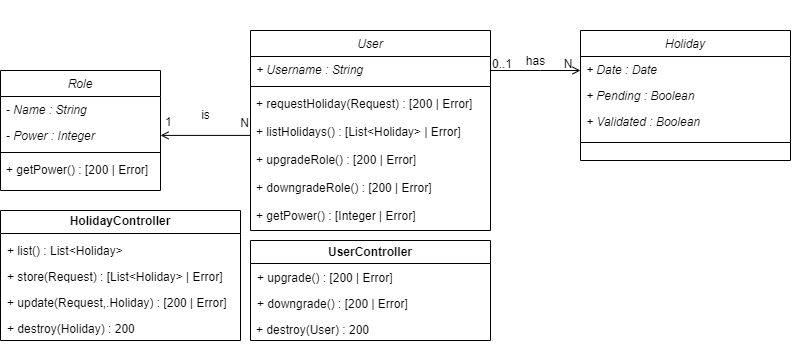
This is docs/UML diagram.drawio.png from OrxataGuy/HolidayLaravelAngular, a draw.io export, as it was before one commit. Source tidied: cells renumbered, new cells last; positions are measured from the earlier drawing's top-left corner, leaving out a move shared by most shapes. Source of this version:
```xml
<mxGraphModel>
  <root>
    <mxCell id="0" />
    <mxCell id="1" parent="0" />
    <mxCell id="2" style="edgeStyle=elbowEdgeStyle;rounded=0;jettySize=auto;html=1;entryX=1;entryY=0.5;entryDx=0;entryDy=0;elbow=vertical;endArrow=open;endFill=0;" parent="1" edge="1" source="3" target="22">
      <mxGeometry relative="1" as="geometry" />
    </mxCell>
    <mxCell id="3" value="User" style="swimlane;fontStyle=2;align=center;verticalAlign=top;horizontal=1;startSize=26;rounded=0;shadow=0;strokeWidth=1;" parent="1" vertex="1">
      <mxGeometry x="250" y="30" width="240" height="200" as="geometry" />
    </mxCell>
    <mxCell id="4" value="+ Username : String" style="text;align=left;verticalAlign=top;spacingLeft=4;spacingRight=4;overflow=hidden;fontStyle=2;" parent="3" vertex="1">
      <mxGeometry y="26" width="240" height="26" as="geometry" />
    </mxCell>
    <mxCell id="5" style="line;html=1;strokeWidth=1;align=left;verticalAlign=middle;spacingTop=-1;spacingLeft=3;spacingRight=3;labelPosition=right;" parent="3" vertex="1">
      <mxGeometry y="52" width="240" height="8" as="geometry" />
    </mxCell>
    <mxCell id="6" value="+ requestHoliday(Request) : [200 | Error]" style="text;align=left;verticalAlign=top;spacingLeft=4;spacingRight=4;overflow=hidden;" parent="3" vertex="1">
      <mxGeometry y="60" width="240" height="28" as="geometry" />
    </mxCell>
    <mxCell id="7" value="+ listHolidays() : [List&lt;Holiday&gt; | Error]" style="text;align=left;verticalAlign=top;spacingLeft=4;spacingRight=4;overflow=hidden;" parent="3" vertex="1">
      <mxGeometry y="88" width="240" height="28" as="geometry" />
    </mxCell>
    <mxCell id="8" value="+ upgradeRole() : [200 | Error]" style="text;align=left;verticalAlign=top;spacingLeft=4;spacingRight=4;overflow=hidden;" parent="3" vertex="1">
      <mxGeometry y="116" width="240" height="28" as="geometry" />
    </mxCell>
    <mxCell id="9" value="+ downgradeRole() : [200 | Error]" style="text;align=left;verticalAlign=top;spacingLeft=4;spacingRight=4;overflow=hidden;" parent="3" vertex="1">
      <mxGeometry y="144" width="240" height="28" as="geometry" />
    </mxCell>
    <mxCell id="10" value="+ getPower() : [Integer | Error]" style="text;align=left;verticalAlign=top;spacingLeft=4;spacingRight=4;overflow=hidden;" parent="3" vertex="1">
      <mxGeometry y="172" width="240" height="28" as="geometry" />
    </mxCell>
    <mxCell id="11" value="Holiday" style="swimlane;fontStyle=2;align=center;verticalAlign=top;horizontal=1;startSize=26;rounded=0;shadow=0;strokeWidth=1;" parent="1" vertex="1">
      <mxGeometry x="580" y="30" width="210" height="130" as="geometry" />
    </mxCell>
    <mxCell id="12" value="+ Date : Date" style="text;align=left;verticalAlign=top;spacingLeft=4;spacingRight=4;overflow=hidden;fontStyle=2;" parent="11" vertex="1">
      <mxGeometry y="26" width="210" height="26" as="geometry" />
    </mxCell>
    <mxCell id="13" value="+ Pending : Boolean" style="text;align=left;verticalAlign=top;spacingLeft=4;spacingRight=4;overflow=hidden;fontStyle=2;" parent="11" vertex="1">
      <mxGeometry y="52" width="210" height="26" as="geometry" />
    </mxCell>
    <mxCell id="14" value="+ Validated : Boolean" style="text;align=left;verticalAlign=top;spacingLeft=4;spacingRight=4;overflow=hidden;fontStyle=2;" parent="11" vertex="1">
      <mxGeometry y="78" width="210" height="26" as="geometry" />
    </mxCell>
    <mxCell id="15" style="line;html=1;strokeWidth=1;align=left;verticalAlign=middle;spacingTop=-1;spacingLeft=3;spacingRight=3;labelPosition=right;" parent="11" vertex="1">
      <mxGeometry y="104" width="210" height="16" as="geometry" />
    </mxCell>
    <mxCell id="16" style="endArrow=open;shadow=0;strokeWidth=1;rounded=0;endFill=1;edgeStyle=elbowEdgeStyle;elbow=vertical;" parent="1" edge="1" source="3" target="11">
      <mxGeometry x="0.5" y="41" relative="1" as="geometry">
        <Array as="points">
          <mxPoint x="540" y="70" />
        </Array>
        <mxPoint x="-40" y="32" as="offset" />
      </mxGeometry>
    </mxCell>
    <mxCell id="17" value="0..1" style="align=left;verticalAlign=bottom;labelBackgroundColor=none;fontSize=12;" parent="16" vertex="1">
      <mxGeometry x="-1" relative="1" as="geometry">
        <mxPoint y="2" as="offset" />
      </mxGeometry>
    </mxCell>
    <mxCell id="18" value="N" style="align=right;verticalAlign=bottom;labelBackgroundColor=none;fontSize=12;" parent="16" vertex="1">
      <mxGeometry x="1" relative="1" as="geometry">
        <mxPoint x="-7" y="2" as="offset" />
      </mxGeometry>
    </mxCell>
    <mxCell id="19" value="has" style="text;html=1;align=center;verticalAlign=middle;labelBackgroundColor=none;rounded=0;shadow=0;strokeWidth=1;fontSize=12;" parent="16" vertex="1">
      <mxGeometry x="0.5" y="49" relative="1" as="geometry">
        <mxPoint x="-23" y="40" as="offset" />
      </mxGeometry>
    </mxCell>
    <mxCell id="20" value="Role" style="swimlane;fontStyle=2;align=center;verticalAlign=top;horizontal=1;startSize=26;rounded=0;shadow=0;strokeWidth=1;" parent="1" vertex="1">
      <mxGeometry y="70" width="160" height="120" as="geometry" />
    </mxCell>
    <mxCell id="21" value="- Name : String" style="text;align=left;verticalAlign=top;spacingLeft=4;spacingRight=4;overflow=hidden;fontStyle=2;" parent="20" vertex="1">
      <mxGeometry y="26" width="160" height="26" as="geometry" />
    </mxCell>
    <mxCell id="22" value="- Power : Integer" style="text;align=left;verticalAlign=top;spacingLeft=4;spacingRight=4;overflow=hidden;points=[[0,0.5],[1,0.5]];portConstraint=eastwest;rounded=0;shadow=0;html=0;fontStyle=2;" parent="20" vertex="1">
      <mxGeometry y="52" width="160" height="26" as="geometry" />
    </mxCell>
    <mxCell id="23" style="line;html=1;strokeWidth=1;align=left;verticalAlign=middle;spacingTop=-1;spacingLeft=3;spacingRight=3;labelPosition=right;" parent="20" vertex="1">
      <mxGeometry y="78" width="160" height="8" as="geometry" />
    </mxCell>
    <mxCell id="24" value="+ getPower() : [200 | Error]" style="text;align=left;verticalAlign=top;spacingLeft=4;spacingRight=4;overflow=hidden;" parent="20" vertex="1">
      <mxGeometry y="86" width="160" height="28" as="geometry" />
    </mxCell>
    <mxCell id="25" value="1" style="align=left;verticalAlign=bottom;labelBackgroundColor=none;fontSize=12;direction=west;" parent="1" vertex="1">
      <mxGeometry x="163" y="130" as="geometry" />
    </mxCell>
    <mxCell id="26" value="N" style="align=right;verticalAlign=bottom;labelBackgroundColor=none;fontSize=12;" parent="1" vertex="1">
      <mxGeometry x="640" as="geometry">
        <mxPoint x="-390" y="131" as="offset" />
      </mxGeometry>
    </mxCell>
    <mxCell id="27" value="is" style="text;html=1;align=center;verticalAlign=middle;labelBackgroundColor=none;rounded=0;shadow=0;strokeWidth=1;fontSize=12;" parent="1" vertex="1">
      <mxGeometry x="204" y="115" as="geometry">
        <mxPoint x="1" as="offset" />
      </mxGeometry>
    </mxCell>
    <mxCell id="28" value="HolidayController" style="swimlane;whiteSpace=wrap;html=1;" parent="1" vertex="1">
      <mxGeometry y="210" width="240" height="130" as="geometry" />
    </mxCell>
    <mxCell id="29" value="+ list() : List&lt;Holiday&gt;" style="text;align=left;verticalAlign=top;spacingLeft=4;spacingRight=4;overflow=hidden;" parent="28" vertex="1">
      <mxGeometry x="1" y="27" width="199" height="26" as="geometry" />
    </mxCell>
    <mxCell id="30" value="+ store(Request) : [List&lt;Holiday&gt; | Error]" style="text;align=left;verticalAlign=top;spacingLeft=4;spacingRight=4;overflow=hidden;" parent="28" vertex="1">
      <mxGeometry x="1" y="53" width="230" height="26" as="geometry" />
    </mxCell>
    <mxCell id="31" value="+ update(Request,.Holiday) : [200 | Error]" style="text;align=left;verticalAlign=top;spacingLeft=4;spacingRight=4;overflow=hidden;" parent="28" vertex="1">
      <mxGeometry x="1" y="79" width="269" height="26" as="geometry" />
    </mxCell>
    <mxCell id="32" value="+ destroy(Holiday) : 200" style="text;align=left;verticalAlign=top;spacingLeft=4;spacingRight=4;overflow=hidden;" parent="28" vertex="1">
      <mxGeometry x="1" y="105" width="269" height="26" as="geometry" />
    </mxCell>
    <mxCell id="33" value="UserController" style="swimlane;whiteSpace=wrap;html=1;" parent="1" vertex="1">
      <mxGeometry x="250" y="240" width="240" height="100" as="geometry" />
    </mxCell>
    <mxCell id="34" value="+ upgrade() : [200 | Error]" style="text;align=left;verticalAlign=top;spacingLeft=4;spacingRight=4;overflow=hidden;" parent="33" vertex="1">
      <mxGeometry x="1" y="24" width="159" height="26" as="geometry" />
    </mxCell>
    <mxCell id="35" value="+ downgrade() : [200 | Error]" style="text;align=left;verticalAlign=top;spacingLeft=4;spacingRight=4;overflow=hidden;" parent="33" vertex="1">
      <mxGeometry x="1" y="50" width="199" height="26" as="geometry" />
    </mxCell>
    <mxCell id="36" value="+ destroy(User) : 200" style="text;align=left;verticalAlign=top;spacingLeft=4;spacingRight=4;overflow=hidden;" parent="33" vertex="1">
      <mxGeometry y="76" width="230" height="26" as="geometry" />
    </mxCell>
  </root>
</mxGraphModel>
```
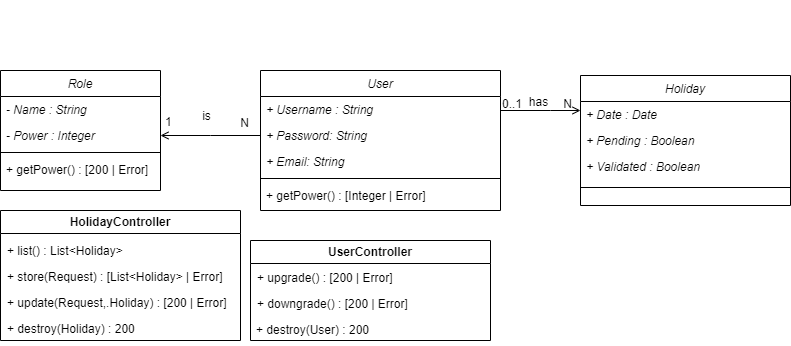
The same diagram one commit later.

Change to the diagram source:
```diff
@@ -6,31 +6,25 @@
       <mxGeometry relative="1" as="geometry" />
     </mxCell>
     <mxCell id="3" value="User" style="swimlane;fontStyle=2;align=center;verticalAlign=top;horizontal=1;startSize=26;rounded=0;shadow=0;strokeWidth=1;" parent="1" vertex="1">
-      <mxGeometry x="250" y="30" width="240" height="200" as="geometry" />
+      <mxGeometry x="260" y="70" width="240" height="140" as="geometry" />
     </mxCell>
     <mxCell id="4" value="+ Username : String" style="text;align=left;verticalAlign=top;spacingLeft=4;spacingRight=4;overflow=hidden;fontStyle=2;" parent="3" vertex="1">
       <mxGeometry y="26" width="240" height="26" as="geometry" />
     </mxCell>
+    <mxCell id="37" value="+ Password: String" style="text;align=left;verticalAlign=top;spacingLeft=4;spacingRight=4;overflow=hidden;fontStyle=2;" parent="3" vertex="1">
+      <mxGeometry y="52" width="240" height="26" as="geometry" />
+    </mxCell>
+    <mxCell id="38" value="+ Email: String" style="text;align=left;verticalAlign=top;spacingLeft=4;spacingRight=4;overflow=hidden;fontStyle=2;" parent="3" vertex="1">
+      <mxGeometry y="78" width="240" height="26" as="geometry" />
+    </mxCell>
     <mxCell id="5" style="line;html=1;strokeWidth=1;align=left;verticalAlign=middle;spacingTop=-1;spacingLeft=3;spacingRight=3;labelPosition=right;" parent="3" vertex="1">
-      <mxGeometry y="52" width="240" height="8" as="geometry" />
+      <mxGeometry y="104" width="240" height="8" as="geometry" />
     </mxCell>
-    <mxCell id="6" value="+ requestHoliday(Request) : [200 | Error]" style="text;align=left;verticalAlign=top;spacingLeft=4;spacingRight=4;overflow=hidden;" parent="3" vertex="1">
-      <mxGeometry y="60" width="240" height="28" as="geometry" />
-    </mxCell>
-    <mxCell id="7" value="+ listHolidays() : [List&lt;Holiday&gt; | Error]" style="text;align=left;verticalAlign=top;spacingLeft=4;spacingRight=4;overflow=hidden;" parent="3" vertex="1">
-      <mxGeometry y="88" width="240" height="28" as="geometry" />
-    </mxCell>
-    <mxCell id="8" value="+ upgradeRole() : [200 | Error]" style="text;align=left;verticalAlign=top;spacingLeft=4;spacingRight=4;overflow=hidden;" parent="3" vertex="1">
-      <mxGeometry y="116" width="240" height="28" as="geometry" />
-    </mxCell>
-    <mxCell id="9" value="+ downgradeRole() : [200 | Error]" style="text;align=left;verticalAlign=top;spacingLeft=4;spacingRight=4;overflow=hidden;" parent="3" vertex="1">
-      <mxGeometry y="144" width="240" height="28" as="geometry" />
-    </mxCell>
     <mxCell id="10" value="+ getPower() : [Integer | Error]" style="text;align=left;verticalAlign=top;spacingLeft=4;spacingRight=4;overflow=hidden;" parent="3" vertex="1">
-      <mxGeometry y="172" width="240" height="28" as="geometry" />
+      <mxGeometry y="112" width="240" height="28" as="geometry" />
     </mxCell>
     <mxCell id="11" value="Holiday" style="swimlane;fontStyle=2;align=center;verticalAlign=top;horizontal=1;startSize=26;rounded=0;shadow=0;strokeWidth=1;" parent="1" vertex="1">
-      <mxGeometry x="580" y="30" width="210" height="130" as="geometry" />
+      <mxGeometry x="580" y="75" width="210" height="130" as="geometry" />
     </mxCell>
     <mxCell id="12" value="+ Date : Date" style="text;align=left;verticalAlign=top;spacingLeft=4;spacingRight=4;overflow=hidden;fontStyle=2;" parent="11" vertex="1">
       <mxGeometry y="26" width="210" height="26" as="geometry" />
@@ -47,7 +41,7 @@
     <mxCell id="16" style="endArrow=open;shadow=0;strokeWidth=1;rounded=0;endFill=1;edgeStyle=elbowEdgeStyle;elbow=vertical;" parent="1" edge="1" source="3" target="11">
       <mxGeometry x="0.5" y="41" relative="1" as="geometry">
         <Array as="points">
-          <mxPoint x="540" y="70" />
+          <mxPoint x="550" y="110" />
         </Array>
         <mxPoint x="-40" y="32" as="offset" />
       </mxGeometry>
```
